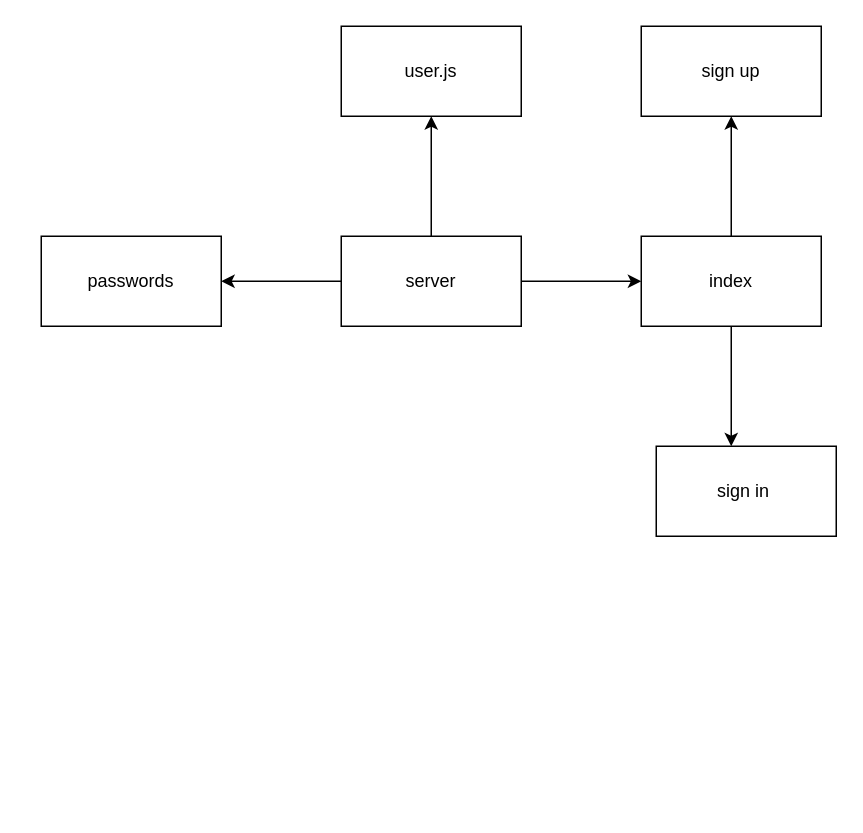
Before: Untitled Diagram.drawio in ahmad-arman/basic-auth, a draw.io diagram. Source tidied: cells renumbered, new cells numbered last; positions are measured from the earlier drawing's top-left corner, leaving out a move shared by most shapes. Both pictures are drawn from the tidied source at 150%, with x=0, y=0 at pixel (40, 26).
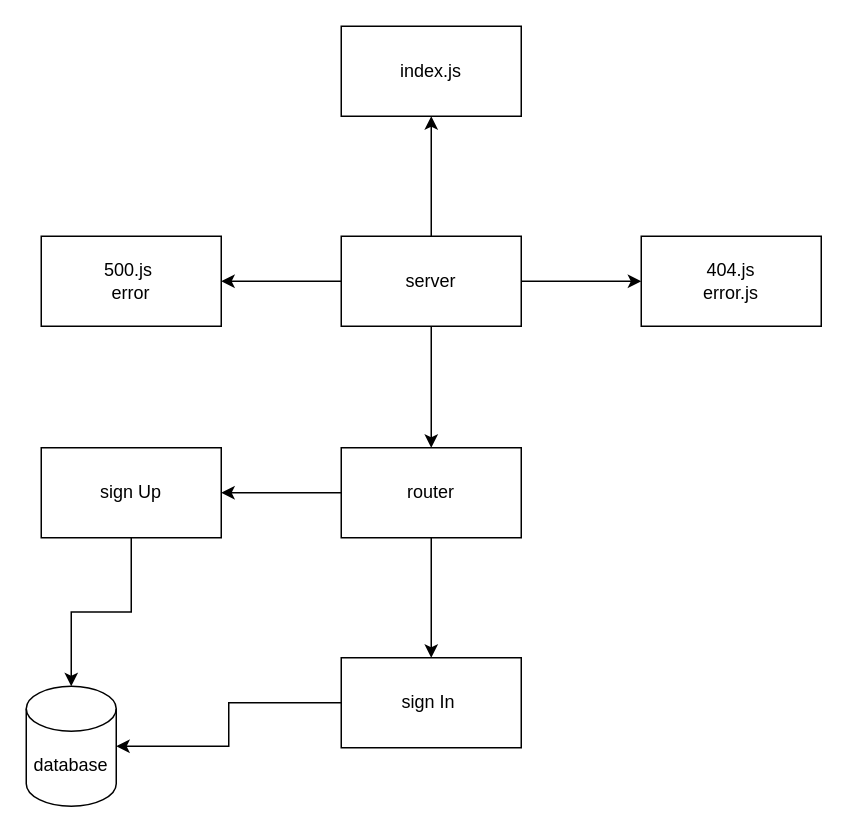
The same page after the edit.

Change to the diagram source:
```diff
@@
 <mxGraphModel>
   <root>
     <mxCell id="0" />
     <mxCell id="1" parent="0" />
     <mxCell id="2" style="edgeStyle=orthogonalEdgeStyle;rounded=0;jettySize=auto;html=1;" parent="1" edge="1" source="5" target="8">
       <mxGeometry relative="1" as="geometry" />
     </mxCell>
-    <mxCell id="3" style="edgeStyle=orthogonalEdgeStyle;rounded=0;jettySize=auto;html=1;" parent="1" edge="1" source="5" target="9">
-      <mxGeometry relative="1" as="geometry" />
-    </mxCell>
     <mxCell id="4" style="edgeStyle=orthogonalEdgeStyle;rounded=0;jettySize=auto;html=1;" parent="1" edge="1" source="5" target="10">
       <mxGeometry relative="1" as="geometry" />
     </mxCell>
+    <mxCell id="13" style="edgeStyle=orthogonalEdgeStyle;rounded=0;jettySize=auto;html=1;" parent="1" edge="1" source="5" target="17">
+      <mxGeometry relative="1" as="geometry" />
+    </mxCell>
+    <mxCell id="14" style="edgeStyle=orthogonalEdgeStyle;rounded=0;jettySize=auto;html=1;" parent="1" edge="1" source="5" target="18">
+      <mxGeometry relative="1" as="geometry" />
+    </mxCell>
     <mxCell id="5" value="server" style="rounded=0;whiteSpace=wrap;html=1;" parent="1" vertex="1">
       <mxGeometry x="200" y="140" width="120" height="60" as="geometry" />
     </mxCell>
-    <mxCell id="6" style="edgeStyle=orthogonalEdgeStyle;rounded=0;jettySize=auto;html=1;" parent="1" edge="1" source="8" target="12">
-      <mxGeometry relative="1" as="geometry" />
-    </mxCell>
-    <mxCell id="7" style="edgeStyle=orthogonalEdgeStyle;rounded=0;jettySize=auto;html=1;" parent="1" edge="1" source="8" target="11">
-      <mxGeometry relative="1" as="geometry">
-        <Array as="points">
-          <mxPoint x="460" y="270" />
-          <mxPoint x="460" y="270" />
-        </Array>
-      </mxGeometry>
-    </mxCell>
-    <mxCell id="8" value="index" style="rounded=0;whiteSpace=wrap;html=1;" parent="1" vertex="1">
+    <mxCell id="8" value="404.js&lt;br&gt;error.js" style="rounded=0;whiteSpace=wrap;html=1;" parent="1" vertex="1">
       <mxGeometry x="400" y="140" width="120" height="60" as="geometry" />
     </mxCell>
-    <mxCell id="9" value="passwords" style="rounded=0;whiteSpace=wrap;html=1;" parent="1" vertex="1">
-      <mxGeometry y="140" width="120" height="60" as="geometry" />
-    </mxCell>
-    <mxCell id="10" value="user.js" style="rounded=0;whiteSpace=wrap;html=1;" parent="1" vertex="1">
+    <mxCell id="10" value="index.js" style="rounded=0;whiteSpace=wrap;html=1;" parent="1" vertex="1">
       <mxGeometry x="200" width="120" height="60" as="geometry" />
     </mxCell>
-    <mxCell id="11" value="sign in&amp;nbsp;" style="rounded=0;whiteSpace=wrap;html=1;" parent="1" vertex="1">
-      <mxGeometry x="410" y="280" width="120" height="60" as="geometry" />
-    </mxCell>
-    <mxCell id="12" value="sign up" style="rounded=0;whiteSpace=wrap;html=1;" parent="1" vertex="1">
-      <mxGeometry x="400" width="120" height="60" as="geometry" />
-    </mxCell>
+    <mxCell id="15" style="edgeStyle=orthogonalEdgeStyle;rounded=0;jettySize=auto;html=1;" parent="1" edge="1" source="17" target="20">
+      <mxGeometry relative="1" as="geometry" />
+    </mxCell>
+    <mxCell id="16" style="edgeStyle=orthogonalEdgeStyle;rounded=0;jettySize=auto;html=1;" parent="1" edge="1" source="17" target="22">
+      <mxGeometry relative="1" as="geometry" />
+    </mxCell>
+    <mxCell id="17" value="router" style="rounded=0;whiteSpace=wrap;html=1;" parent="1" vertex="1">
+      <mxGeometry x="200" y="281" width="120" height="60" as="geometry" />
+    </mxCell>
+    <mxCell id="18" value="500.js&amp;nbsp;&lt;br&gt;error" style="rounded=0;whiteSpace=wrap;html=1;" parent="1" vertex="1">
+      <mxGeometry y="140" width="120" height="60" as="geometry" />
+    </mxCell>
+    <mxCell id="19" style="edgeStyle=orthogonalEdgeStyle;rounded=0;jettySize=auto;html=1;entryX=1;entryY=0.5;entryDx=0;entryDy=0;entryPerimeter=0;" parent="1" edge="1" source="20" target="23">
+      <mxGeometry relative="1" as="geometry" />
+    </mxCell>
+    <mxCell id="20" value="sign In&amp;nbsp;" style="rounded=0;whiteSpace=wrap;html=1;" parent="1" vertex="1">
+      <mxGeometry x="200" y="421" width="120" height="60" as="geometry" />
+    </mxCell>
+    <mxCell id="21" style="edgeStyle=orthogonalEdgeStyle;rounded=0;jettySize=auto;html=1;" parent="1" edge="1" source="22" target="23">
+      <mxGeometry relative="1" as="geometry" />
+    </mxCell>
+    <mxCell id="22" value="sign Up" style="rounded=0;whiteSpace=wrap;html=1;" parent="1" vertex="1">
+      <mxGeometry y="281" width="120" height="60" as="geometry" />
+    </mxCell>
+    <mxCell id="23" value="database" style="shape=cylinder3;whiteSpace=wrap;html=1;boundedLbl=1;backgroundOutline=1;size=15;" parent="1" vertex="1">
+      <mxGeometry x="-10" y="440" width="60" height="80" as="geometry" />
+    </mxCell>
   </root>
 </mxGraphModel>
```
